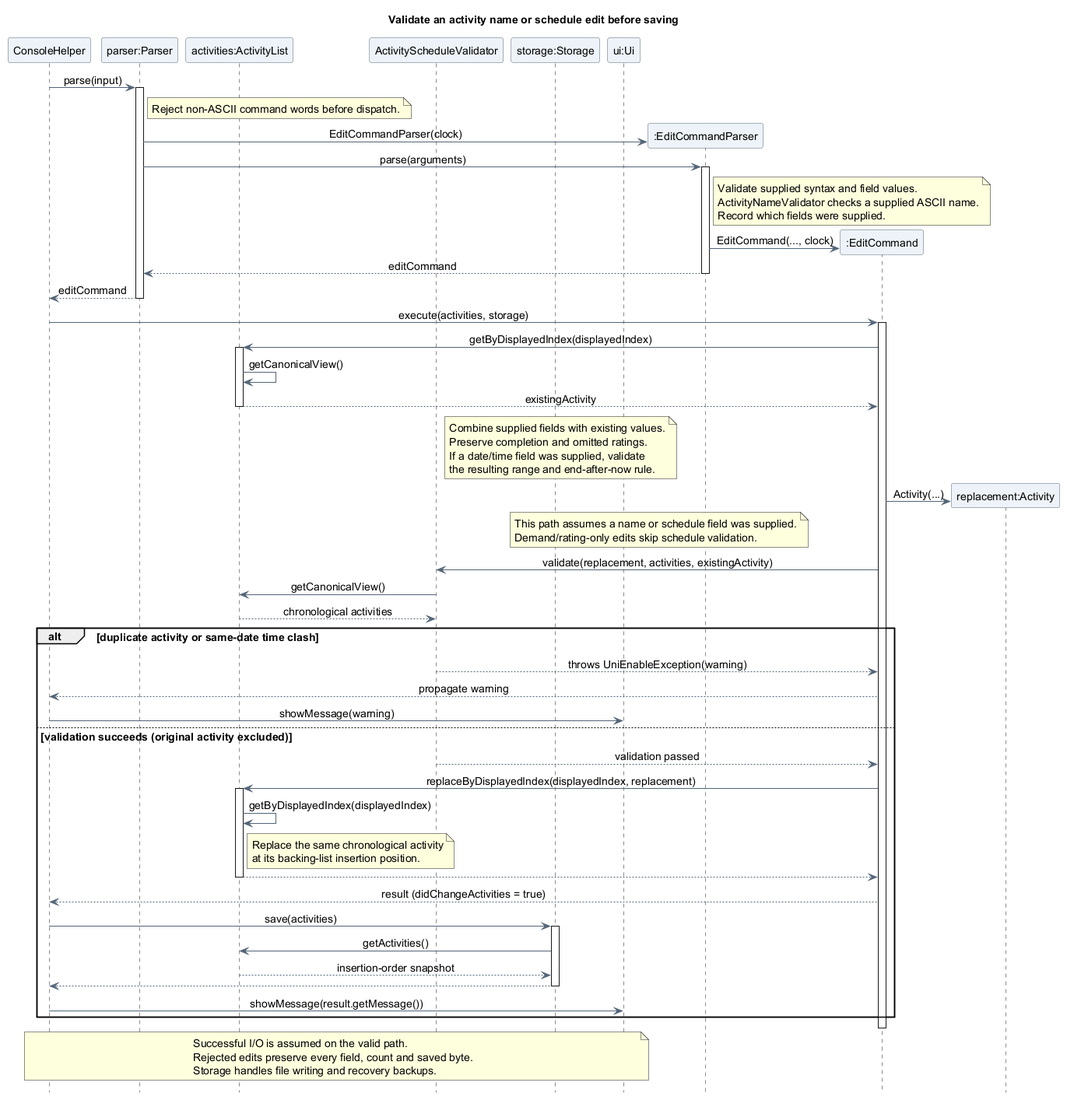
This is docs/images/oliver/sequence/EditActivitySequence.png from AY2627S1-CS2113-T10-4/tp, a PlantUML export, as it was before one commit.
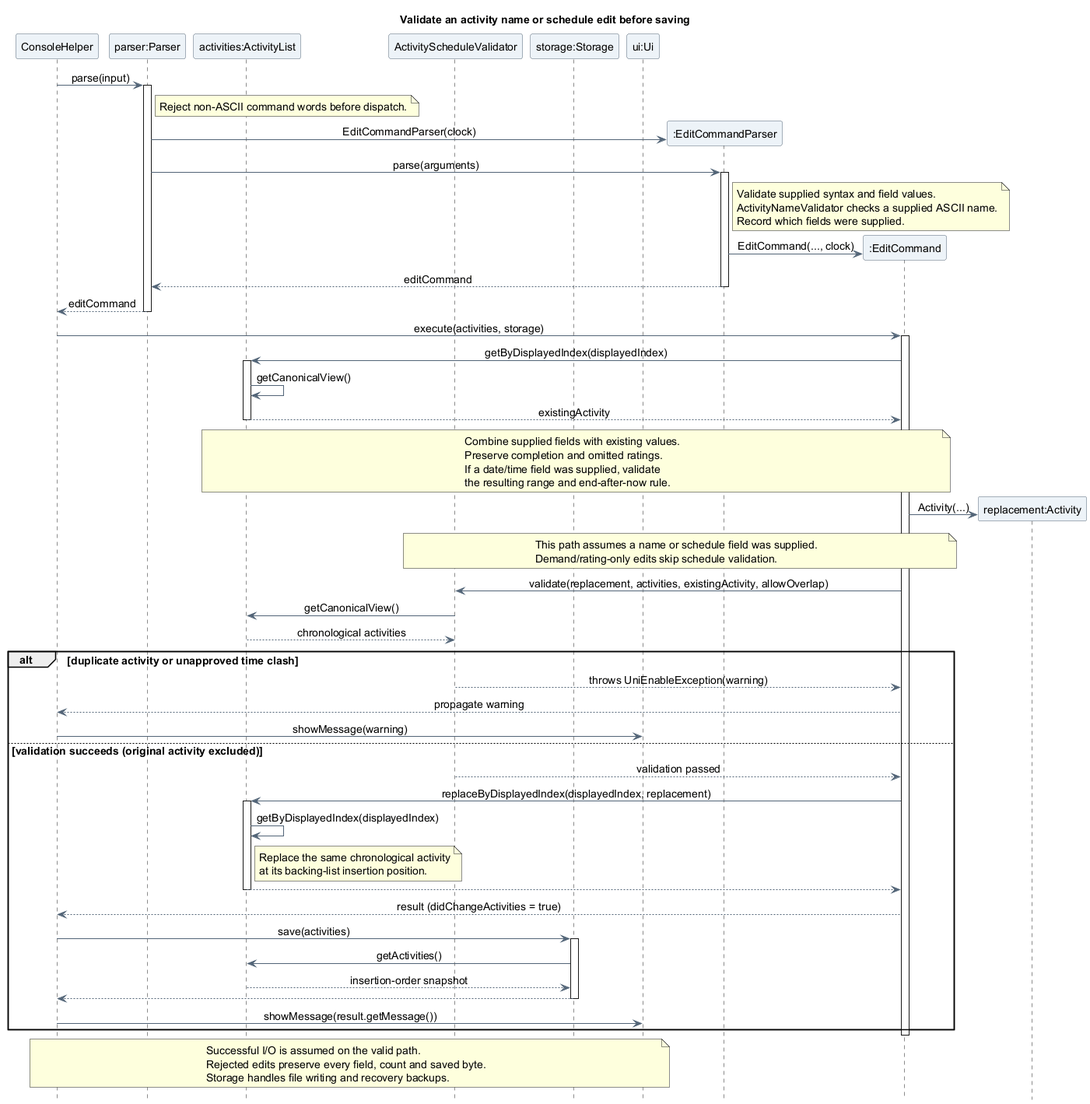
Above is the later version.

Diff of the diagram source:
```diff
@@ -57,10 +57,10 @@
   This path assumes a name or schedule field was supplied.
   Demand/rating-only edits skip schedule validation.
 end note
-Edit -> Schedule : validate(replacement, activities, existingActivity)
+Edit -> Schedule : validate(replacement, activities, existingActivity, allowOverlap)
 Schedule -> Activities : getCanonicalView()
 Activities --> Schedule : chronological activities
-alt duplicate activity or same-date time clash
+alt duplicate activity or unapproved time clash
   Schedule --> Edit : throws UniEnableException(warning)
   Edit --> Console : propagate warning
   Console -> UI : showMessage(warning)
```
